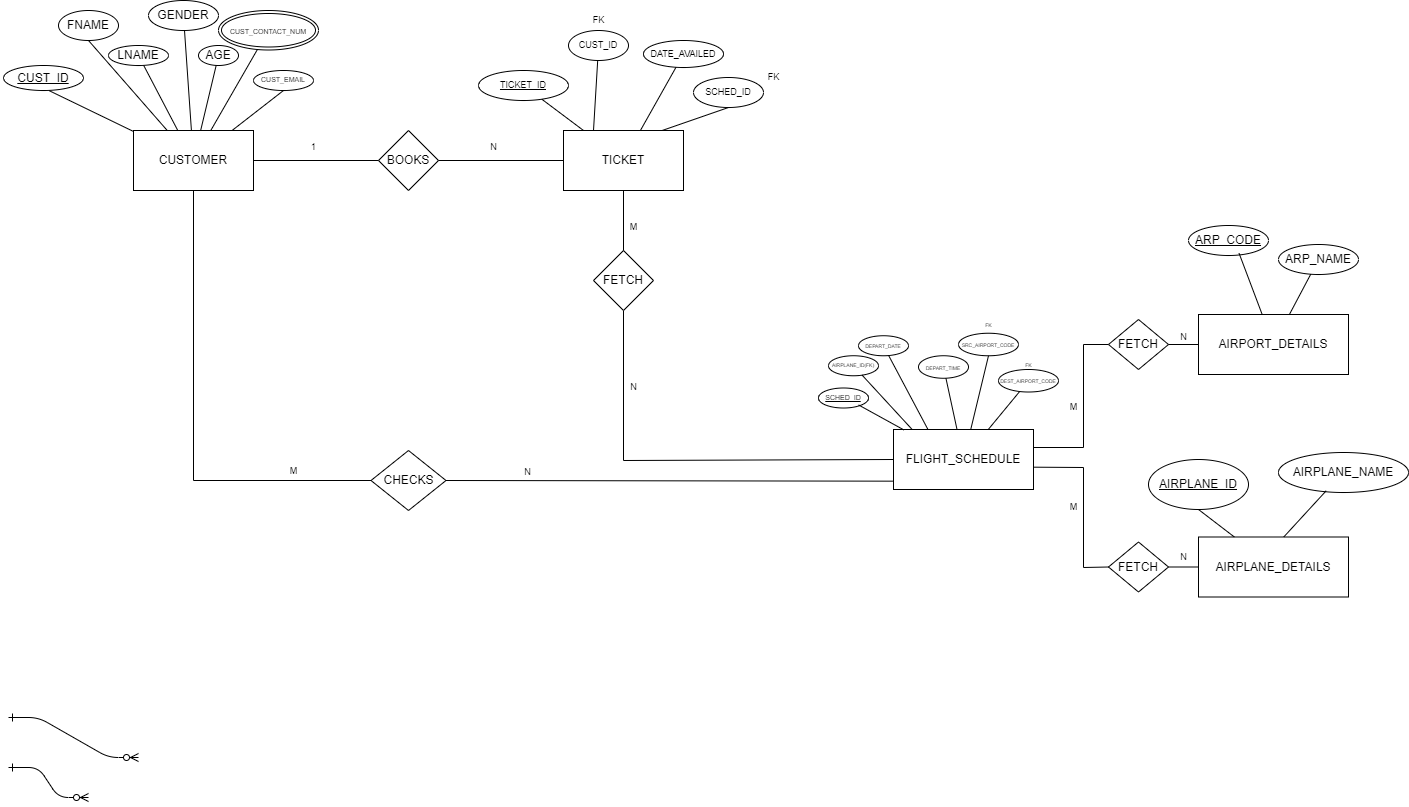
Above: AIRLINE RESERVATION SYSTEM.drawio.png in abhinav162/Diagrams (draw.io), before the change. Source tidied: cells renumbered, new cells last; positions are measured from the earlier drawing's top-left corner, leaving out a move shared by most shapes.
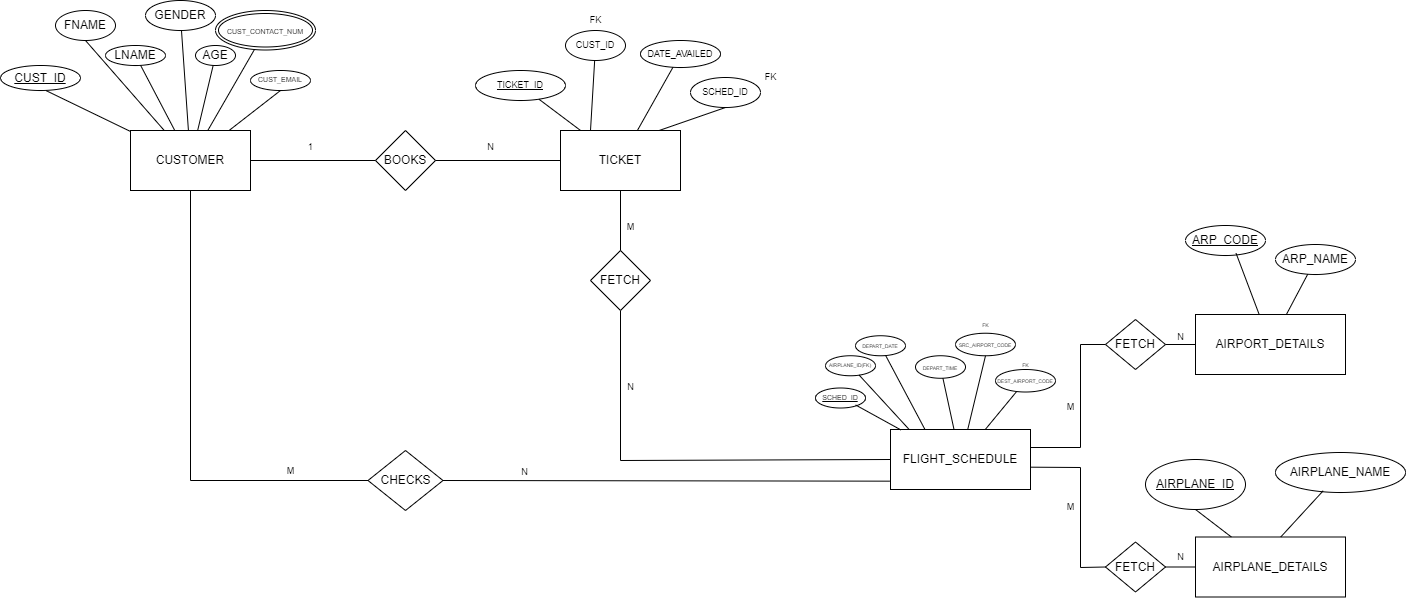
Later version of the same file.

The edit, as a diff of the source:
```diff
@@ -2,18 +2,6 @@
   <root>
     <mxCell id="0" />
     <mxCell id="1" parent="0" />
-    <mxCell id="2" style="edgeStyle=entityRelationEdgeStyle;endArrow=ERzeroToMany;startArrow=ERone;endFill=1;startFill=0;" parent="1" edge="1">
-      <mxGeometry relative="1" as="geometry">
-        <mxPoint x="5" y="767" as="sourcePoint" />
-        <mxPoint x="85" y="797" as="targetPoint" />
-      </mxGeometry>
-    </mxCell>
-    <mxCell id="3" style="edgeStyle=entityRelationEdgeStyle;endArrow=ERzeroToMany;startArrow=ERone;endFill=1;startFill=0;" parent="1" edge="1">
-      <mxGeometry relative="1" as="geometry">
-        <mxPoint x="5" y="717" as="sourcePoint" />
-        <mxPoint x="135" y="757" as="targetPoint" />
-      </mxGeometry>
-    </mxCell>
     <mxCell id="4" value="CUSTOMER" style="rounded=0;whiteSpace=wrap;html=1;" parent="1" vertex="1">
       <mxGeometry x="130" y="130" width="120" height="60" as="geometry" />
     </mxCell>
```
